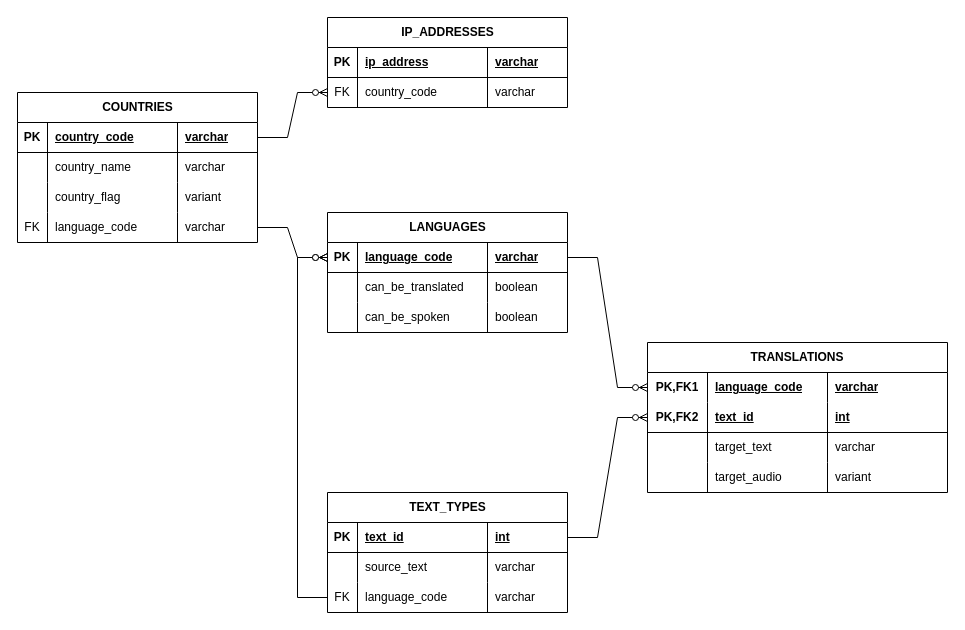
The draw.io diagram page "physical_design" (3 of 3) of documentation/ERD.drawio in LucaBalduzziNI/nimbus-intelligence-coh2-python-project, before the edit. Source tidied: cells renumbered, new cells numbered last; positions are measured from the earlier drawing's top-left corner, leaving out a move shared by most shapes. Both pictures are drawn from the tidied source at 100%, with x=0, y=0 at pixel (17, 17).
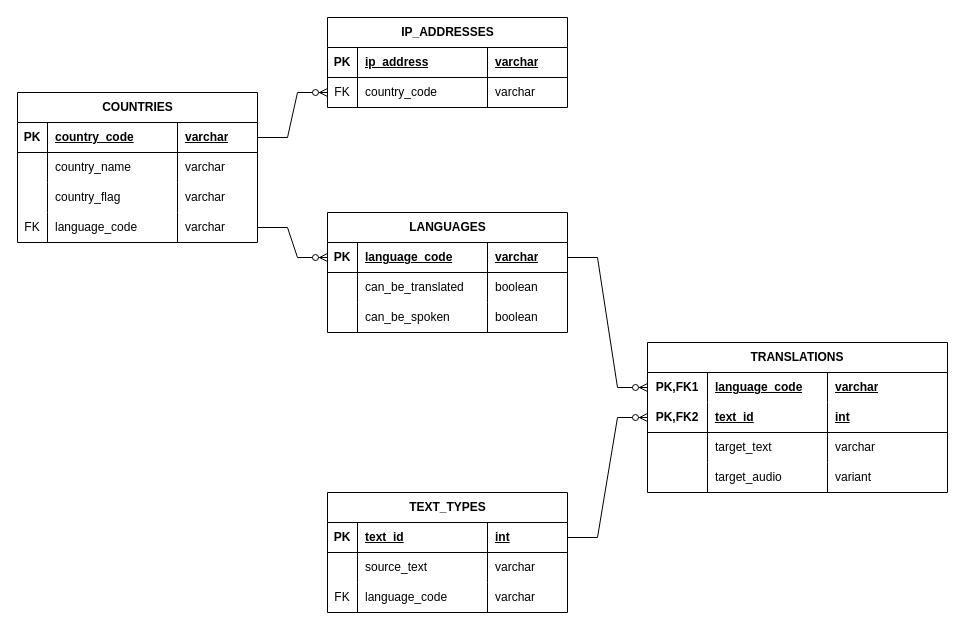
After the change.

The change refers to these unchanged cells:
```xml
<mxCell id="12" style="shape=tableRow;horizontal=0;startSize=0;swimlaneHead=0;swimlaneBody=0;fillColor=none;points=[[0,0.5],[1,0.5]];portConstraint=eastwest;top=0;left=0;right=0;bottom=1;" parent="11" vertex="1">
  <mxGeometry y="30" width="240" height="30" as="geometry" />
</mxCell>
<mxCell id="50" style="shape=tableRow;horizontal=0;startSize=0;swimlaneHead=0;swimlaneBody=0;fillColor=none;points=[[0,0.5],[1,0.5]];portConstraint=eastwest;top=0;left=0;right=0;bottom=0;" parent="41" vertex="1">
  <mxGeometry y="90" width="240" height="30" as="geometry" />
</mxCell>
<mxCell id="66" style="shape=tableRow;horizontal=0;startSize=0;swimlaneHead=0;swimlaneBody=0;fillColor=none;top=0;left=0;right=0;bottom=0;" parent="57" vertex="1">
  <mxGeometry y="90" width="240" height="30" as="geometry" />
</mxCell>
```

Diff of the diagram source:
```diff
@@
-    <mxCell id="56" style="edgeStyle=elbowEdgeStyle;fontSize=12;html=1;endArrow=ERzeroToMany;endFill=1;rounded=0;exitX=0;exitY=0.5;exitDx=0;exitDy=0;" parent="1" edge="1" source="50" target="12">
-      <mxGeometry relative="1" as="geometry">
-        <Array as="points">
-          <mxPoint x="280" y="400" />
-        </Array>
-      </mxGeometry>
-    </mxCell>
@@
-    <mxCell id="69" value="variant" style="shape=partialRectangle;fillColor=none;top=0;left=0;bottom=0;right=0;align=left;spacingLeft=6;overflow=hidden;whiteSpace=wrap;html=1;" parent="66" vertex="1">
+    <mxCell id="69" value="varchar" style="shape=partialRectangle;fillColor=none;top=0;left=0;bottom=0;right=0;align=left;spacingLeft=6;overflow=hidden;whiteSpace=wrap;html=1;" parent="66" vertex="1">
       <mxGeometry x="160" width="80" height="30" as="geometry" />
     </mxCell>
```
